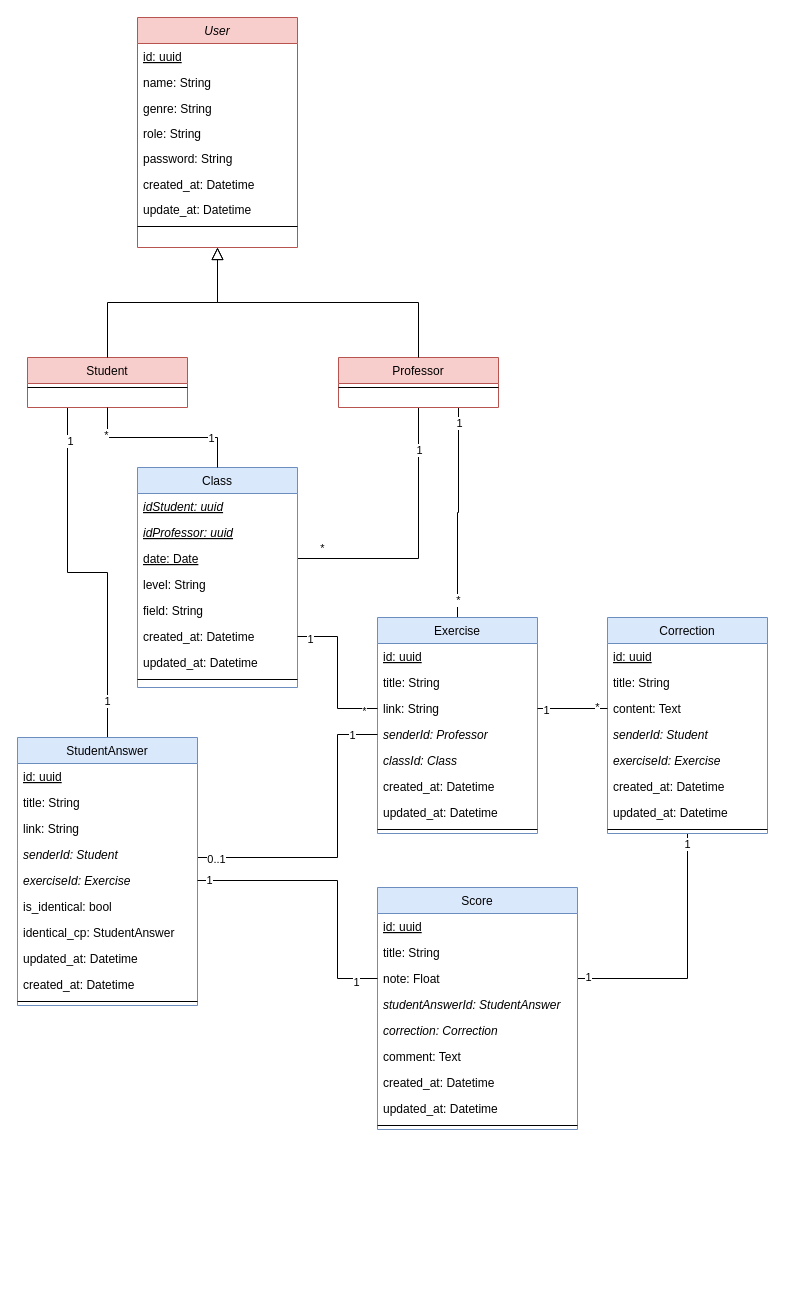
SSDM2/ESP_DBEval keeps this draw.io diagram as plateforme_de_correction(MI).drawio. Above is the earlier version. Source tidied: cells renumbered, new cells numbered last; positions are measured from the earlier drawing's top-left corner, leaving out a move shared by most shapes. Both pictures are drawn from the tidied source at 100%, with x=0, y=0 at pixel (17, 17).
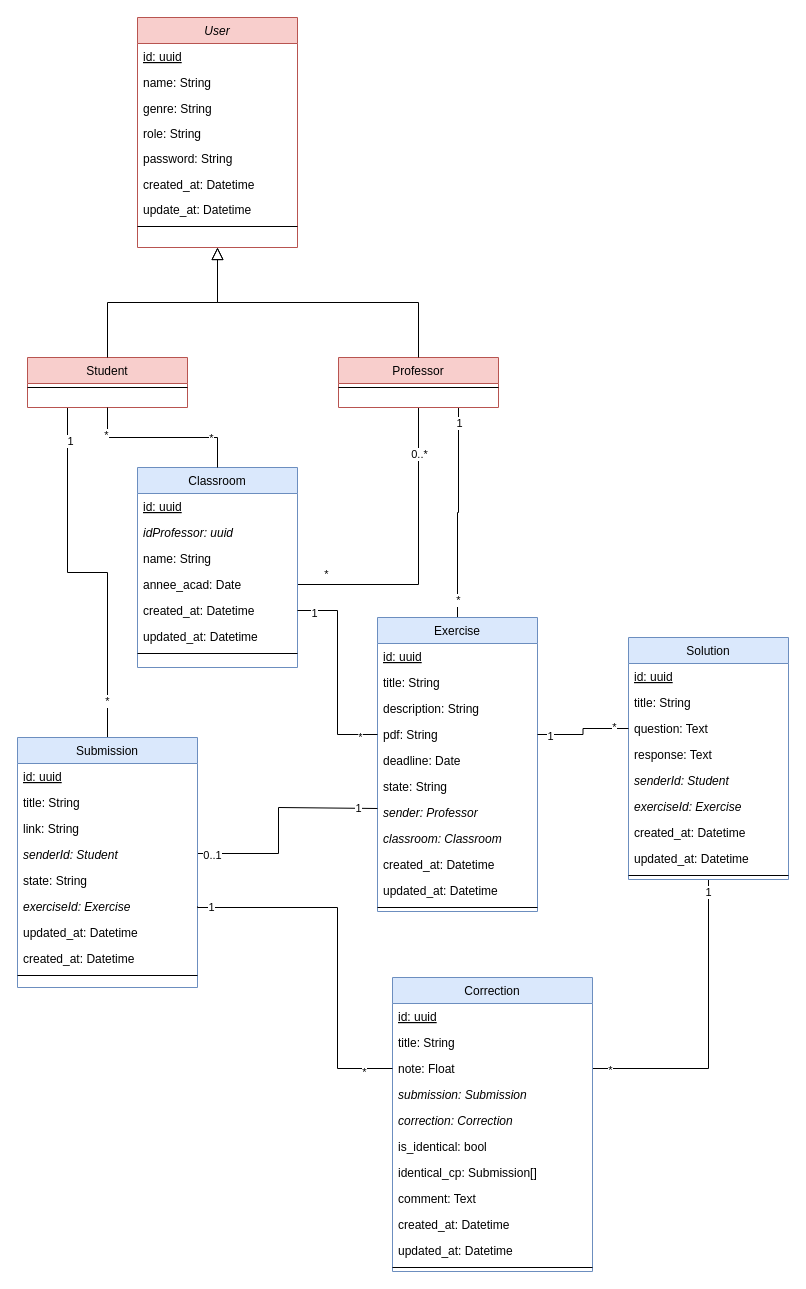
The same diagram, later.

Commit message:
Mettre à jour plateforme_de_correction(MI).drawio

The change refers to these unchanged cells:
```xml
<mxCell id="11" style="edgeStyle=orthogonalEdgeStyle;rounded=0;jettySize=auto;html=1;exitX=0.25;exitY=1;exitDx=0;exitDy=0;entryX=0.5;entryY=0;entryDx=0;entryDy=0;endArrow=none;startFill=0;" parent="1" edge="1" source="14" target="51">
  <mxGeometry relative="1" as="geometry" />
</mxCell>
<mxCell id="17" style="edgeStyle=orthogonalEdgeStyle;rounded=0;jettySize=auto;html=1;exitX=0.5;exitY=1;exitDx=0;exitDy=0;entryX=1;entryY=0.5;entryDx=0;entryDy=0;endArrow=none;startFill=0;" parent="1" edge="1" source="23" target="29">
  <mxGeometry relative="1" as="geometry" />
</mxCell>
<mxCell id="45" style="edgeStyle=orthogonalEdgeStyle;rounded=0;jettySize=auto;html=1;entryX=0.5;entryY=1;entryDx=0;entryDy=0;endArrow=none;startFill=0;exitX=0.5;exitY=0;exitDx=0;exitDy=0;" parent="1" edge="1" source="26" target="14">
  <mxGeometry relative="1" as="geometry" />
</mxCell>
<mxCell id="65" style="edgeStyle=orthogonalEdgeStyle;rounded=0;jettySize=auto;html=1;exitX=0.5;exitY=1;exitDx=0;exitDy=0;entryX=1;entryY=0.5;entryDx=0;entryDy=0;endArrow=none;startFill=0;" parent="1" edge="1" source="68" target="83">
  <mxGeometry relative="1" as="geometry" />
</mxCell>
<mxCell id="83" value="note: Float" style="text;align=left;verticalAlign=top;spacingLeft=4;spacingRight=4;overflow=hidden;points=[[0,0.5],[1,0.5]];portConstraint=eastwest;rounded=0;shadow=0;html=0;" parent="80" vertex="1">
  <mxGeometry y="78" width="200" height="26" as="geometry" />
</mxCell>
```

Diff of the diagram source:
```diff
@@
-    <mxCell id="12" value="1" style="edgeLabel;html=1;align=center;verticalAlign=middle;" parent="11" vertex="1">
+    <mxCell id="12" value="*" style="edgeLabel;html=1;align=center;verticalAlign=middle;" parent="11" vertex="1">
       <mxGeometry x="0.8" y="-1" relative="1" as="geometry" />
     </mxCell>
@@
-    <mxCell id="19" value="1" style="edgeLabel;html=1;align=center;verticalAlign=middle;" parent="17" vertex="1">
+    <mxCell id="19" value="0..*" style="edgeLabel;html=1;align=center;verticalAlign=middle;" parent="17" vertex="1">
       <mxGeometry x="-0.69" relative="1" as="geometry" />
     </mxCell>
@@
-    <mxCell id="26" value="Class" style="swimlane;fontStyle=0;align=center;verticalAlign=top;horizontal=1;startSize=26;rounded=0;shadow=0;strokeWidth=1;fillColor=#dae8fc;strokeColor=#6c8ebf;" parent="1" vertex="1">
-      <mxGeometry x="120" y="450" width="160" height="220" as="geometry" />
+    <mxCell id="26" value="Classroom" style="swimlane;fontStyle=0;align=center;verticalAlign=top;horizontal=1;startSize=26;rounded=0;shadow=0;strokeWidth=1;fillColor=#dae8fc;strokeColor=#6c8ebf;" parent="1" vertex="1">
+      <mxGeometry x="120" y="450" width="160" height="200" as="geometry" />
     </mxCell>
-    <mxCell id="27" value="idStudent: uuid" style="text;align=left;verticalAlign=top;spacingLeft=4;spacingRight=4;overflow=hidden;fontStyle=6;" parent="26" vertex="1">
-      <mxGeometry y="26" width="160" height="26" as="geometry" />
-    </mxCell>
+    <mxCell id="93" value="id: uuid" style="text;align=left;verticalAlign=top;spacingLeft=4;spacingRight=4;overflow=hidden;fontStyle=4;" parent="26" vertex="1">
+      <mxGeometry y="26" width="160" height="26" as="geometry" />
+    </mxCell>
-    <mxCell id="28" value="idProfessor: uuid" style="text;align=left;verticalAlign=top;spacingLeft=4;spacingRight=4;overflow=hidden;fontStyle=6;" parent="26" vertex="1">
+    <mxCell id="28" value="idProfessor: uuid" style="text;align=left;verticalAlign=top;spacingLeft=4;spacingRight=4;overflow=hidden;fontStyle=2;" parent="26" vertex="1">
       <mxGeometry y="52" width="160" height="26" as="geometry" />
     </mxCell>
+    <mxCell id="30" value="name: String" style="text;align=left;verticalAlign=top;spacingLeft=4;spacingRight=4;overflow=hidden;" parent="26" vertex="1">
+      <mxGeometry y="78" width="160" height="26" as="geometry" />
+    </mxCell>
-    <mxCell id="29" value="date: Date" style="text;align=left;verticalAlign=top;spacingLeft=4;spacingRight=4;overflow=hidden;points=[[0,0.5],[1,0.5]];portConstraint=eastwest;fontStyle=4;" parent="26" vertex="1">
-      <mxGeometry y="78" width="160" height="26" as="geometry" />
+    <mxCell id="29" value="annee_acad: Date" style="text;align=left;verticalAlign=top;spacingLeft=4;spacingRight=4;overflow=hidden;points=[[0,0.5],[1,0.5]];portConstraint=eastwest;fontStyle=0;" parent="26" vertex="1">
+      <mxGeometry y="104" width="160" height="26" as="geometry" />
     </mxCell>
-    <mxCell id="30" value="level: String" style="text;align=left;verticalAlign=top;spacingLeft=4;spacingRight=4;overflow=hidden;" parent="26" vertex="1">
-      <mxGeometry y="104" width="160" height="26" as="geometry" />
-    </mxCell>
-    <mxCell id="31" value="field: String" style="text;align=left;verticalAlign=top;spacingLeft=4;spacingRight=4;overflow=hidden;" parent="26" vertex="1">
-      <mxGeometry y="130" width="160" height="26" as="geometry" />
-    </mxCell>
     <mxCell id="32" value="created_at: Datetime" style="text;align=left;verticalAlign=top;spacingLeft=4;spacingRight=4;overflow=hidden;points=[[0,0.5],[1,0.5]];portConstraint=eastwest;rounded=0;shadow=0;html=0;" parent="26" vertex="1">
-      <mxGeometry y="156" width="160" height="26" as="geometry" />
+      <mxGeometry y="130" width="160" height="26" as="geometry" />
     </mxCell>
     <mxCell id="33" value="updated_at: Datetime" style="text;align=left;verticalAlign=top;spacingLeft=4;spacingRight=4;overflow=hidden;rounded=0;shadow=0;html=0;" parent="26" vertex="1">
-      <mxGeometry y="182" width="160" height="26" as="geometry" />
+      <mxGeometry y="156" width="160" height="26" as="geometry" />
     </mxCell>
     <mxCell id="34" style="line;html=1;strokeWidth=1;align=left;verticalAlign=middle;spacingTop=-1;spacingLeft=3;spacingRight=3;labelPosition=right;points=[];portConstraint=eastwest;" parent="26" vertex="1">
-      <mxGeometry y="208" width="160" height="8" as="geometry" />
+      <mxGeometry y="182" width="160" height="8" as="geometry" />
     </mxCell>
-    <mxCell id="35" style="edgeStyle=orthogonalEdgeStyle;rounded=0;jettySize=auto;html=1;exitX=0.5;exitY=1;exitDx=0;exitDy=0;entryX=0.5;entryY=1.5;entryDx=0;entryDy=0;entryPerimeter=0;" parent="26" edge="1" source="26" target="34">
-      <mxGeometry relative="1" as="geometry" />
-    </mxCell>
     <mxCell id="36" value="Exercise" style="swimlane;fontStyle=0;align=center;verticalAlign=top;horizontal=1;startSize=26;rounded=0;shadow=0;strokeWidth=1;fillColor=#dae8fc;strokeColor=#6c8ebf;" parent="1" vertex="1">
-      <mxGeometry x="360" y="600" width="160" height="216" as="geometry" />
+      <mxGeometry x="360" y="600" width="160" height="294" as="geometry" />
     </mxCell>
@@
+    <mxCell id="94" value="description: String" style="text;align=left;verticalAlign=top;spacingLeft=4;spacingRight=4;overflow=hidden;rounded=0;shadow=0;html=0;" parent="36" vertex="1">
+      <mxGeometry y="78" width="160" height="26" as="geometry" />
+    </mxCell>
-    <mxCell id="39" value="link: String" style="text;align=left;verticalAlign=top;spacingLeft=4;spacingRight=4;overflow=hidden;points=[[0,0.5],[1,0.5]];portConstraint=eastwest;rounded=0;shadow=0;html=0;" parent="36" vertex="1">
-      <mxGeometry y="78" width="160" height="26" as="geometry" />
+    <mxCell id="39" value="pdf: String" style="text;align=left;verticalAlign=top;spacingLeft=4;spacingRight=4;overflow=hidden;points=[[0,0.5],[1,0.5]];portConstraint=eastwest;rounded=0;shadow=0;html=0;" parent="36" vertex="1">
+      <mxGeometry y="104" width="160" height="26" as="geometry" />
     </mxCell>
+    <mxCell id="95" value="deadline: Date" style="text;align=left;verticalAlign=top;spacingLeft=4;spacingRight=4;overflow=hidden;rounded=0;shadow=0;html=0;" parent="36" vertex="1">
+      <mxGeometry y="130" width="160" height="26" as="geometry" />
+    </mxCell>
+    <mxCell id="96" value="state: String" style="text;align=left;verticalAlign=top;spacingLeft=4;spacingRight=4;overflow=hidden;rounded=0;shadow=0;html=0;" parent="36" vertex="1">
+      <mxGeometry y="156" width="160" height="26" as="geometry" />
+    </mxCell>
-    <mxCell id="40" value="senderId: Professor" style="text;align=left;verticalAlign=top;spacingLeft=4;spacingRight=4;overflow=hidden;points=[[0,0.5],[1,0.5]];portConstraint=eastwest;rounded=0;shadow=0;html=0;fontStyle=2;" parent="36" vertex="1">
-      <mxGeometry y="104" width="160" height="26" as="geometry" />
+    <mxCell id="40" value="sender: Professor" style="text;align=left;verticalAlign=top;spacingLeft=4;spacingRight=4;overflow=hidden;points=[[0,0.5],[1,0.5]];portConstraint=eastwest;rounded=0;shadow=0;html=0;fontStyle=2;" parent="36" vertex="1">
+      <mxGeometry y="182" width="160" height="26" as="geometry" />
     </mxCell>
-    <mxCell id="41" value="classId: Class" style="text;align=left;verticalAlign=top;spacingLeft=4;spacingRight=4;overflow=hidden;rounded=0;shadow=0;html=0;fontStyle=2;" parent="36" vertex="1">
-      <mxGeometry y="130" width="160" height="26" as="geometry" />
+    <mxCell id="41" value="classroom: Classroom" style="text;align=left;verticalAlign=top;spacingLeft=4;spacingRight=4;overflow=hidden;rounded=0;shadow=0;html=0;fontStyle=2;" parent="36" vertex="1">
+      <mxGeometry y="208" width="160" height="26" as="geometry" />
     </mxCell>
     <mxCell id="42" value="created_at: Datetime" style="text;align=left;verticalAlign=top;spacingLeft=4;spacingRight=4;overflow=hidden;rounded=0;shadow=0;html=0;" parent="36" vertex="1">
-      <mxGeometry y="156" width="160" height="26" as="geometry" />
+      <mxGeometry y="234" width="160" height="26" as="geometry" />
     </mxCell>
     <mxCell id="43" value="updated_at: Datetime" style="text;align=left;verticalAlign=top;spacingLeft=4;spacingRight=4;overflow=hidden;rounded=0;shadow=0;html=0;" parent="36" vertex="1">
-      <mxGeometry y="182" width="160" height="26" as="geometry" />
+      <mxGeometry y="260" width="160" height="26" as="geometry" />
     </mxCell>
     <mxCell id="44" style="line;html=1;strokeWidth=1;align=left;verticalAlign=middle;spacingTop=-1;spacingLeft=3;spacingRight=3;labelPosition=right;" parent="36" vertex="1">
-      <mxGeometry y="208" width="160" height="8" as="geometry" />
+      <mxGeometry y="286" width="160" height="8" as="geometry" />
     </mxCell>
@@
-    <mxCell id="46" value="1" style="edgeLabel;html=1;align=center;verticalAlign=middle;" parent="45" vertex="1">
+    <mxCell id="46" value="*" style="edgeLabel;html=1;align=center;verticalAlign=middle;" parent="45" vertex="1">
       <mxGeometry x="-0.57" relative="1" as="geometry" />
     </mxCell>
@@
-    <mxCell id="48" style="edgeStyle=orthogonalEdgeStyle;rounded=0;jettySize=auto;html=1;entryX=0;entryY=0.5;entryDx=0;entryDy=0;endArrow=none;startFill=0;" parent="1" edge="1" source="51" target="40">
+    <mxCell id="48" style="edgeStyle=orthogonalEdgeStyle;rounded=0;orthogonalLoop=1;jettySize=auto;html=1;entryX=0;entryY=0.5;entryDx=0;entryDy=0;endArrow=none;startFill=0;" parent="1" edge="1">
       <mxGeometry relative="1" as="geometry">
+        <mxPoint x="180" y="836" as="sourcePoint" />
+        <mxPoint x="360" y="791" as="targetPoint" />
         <Array as="points">
-          <mxPoint x="320" y="840" />
-          <mxPoint x="320" y="717" />
+          <mxPoint x="261" y="836" />
+          <mxPoint x="261" y="790" />
+          <mxPoint x="360" y="790" />
         </Array>
       </mxGeometry>
     </mxCell>
@@
-    <mxCell id="51" value="StudentAnswer" style="swimlane;fontStyle=0;align=center;verticalAlign=top;horizontal=1;startSize=26;rounded=0;shadow=0;strokeWidth=1;fillColor=#dae8fc;strokeColor=#6c8ebf;" parent="1" vertex="1">
-      <mxGeometry y="720" width="180" height="268" as="geometry" />
+    <mxCell id="51" value="Submission" style="swimlane;fontStyle=0;align=center;verticalAlign=top;horizontal=1;startSize=26;rounded=0;shadow=0;strokeWidth=1;fillColor=#dae8fc;strokeColor=#6c8ebf;" parent="1" vertex="1">
+      <mxGeometry y="720" width="180" height="250" as="geometry" />
     </mxCell>
@@
+    <mxCell id="97" value="state: String" style="text;align=left;verticalAlign=top;spacingLeft=4;spacingRight=4;overflow=hidden;rounded=0;shadow=0;html=0;" parent="51" vertex="1">
+      <mxGeometry y="130" width="180" height="26" as="geometry" />
+    </mxCell>
     <mxCell id="56" value="exerciseId: Exercise" style="text;align=left;verticalAlign=top;spacingLeft=4;spacingRight=4;overflow=hidden;points=[[0,0.5],[1,0.5]];portConstraint=eastwest;rounded=0;shadow=0;html=0;fontStyle=2;" parent="51" vertex="1">
-      <mxGeometry y="130" width="180" height="26" as="geometry" />
+      <mxGeometry y="156" width="180" height="26" as="geometry" />
     </mxCell>
-    <mxCell id="57" value="is_identical: bool" style="text;align=left;verticalAlign=top;spacingLeft=4;spacingRight=4;overflow=hidden;rounded=0;shadow=0;html=0;" parent="51" vertex="1">
-      <mxGeometry y="156" width="180" height="26" as="geometry" />
-    </mxCell>
-    <mxCell id="58" value="identical_cp: StudentAnswer" style="text;align=left;verticalAlign=top;spacingLeft=4;spacingRight=4;overflow=hidden;rounded=0;shadow=0;html=0;" parent="51" vertex="1">
-      <mxGeometry y="182" width="180" height="26" as="geometry" />
-    </mxCell>
     <mxCell id="59" value="updated_at: Datetime" style="text;align=left;verticalAlign=top;spacingLeft=4;spacingRight=4;overflow=hidden;rounded=0;shadow=0;html=0;" parent="51" vertex="1">
-      <mxGeometry y="208" width="180" height="26" as="geometry" />
+      <mxGeometry y="182" width="180" height="26" as="geometry" />
     </mxCell>
     <mxCell id="60" value="created_at: Datetime" style="text;align=left;verticalAlign=top;spacingLeft=4;spacingRight=4;overflow=hidden;rounded=0;shadow=0;html=0;" parent="51" vertex="1">
-      <mxGeometry y="234" width="180" height="26" as="geometry" />
+      <mxGeometry y="208" width="180" height="26" as="geometry" />
     </mxCell>
     <mxCell id="61" style="line;html=1;strokeWidth=1;align=left;verticalAlign=middle;spacingTop=-1;spacingLeft=3;spacingRight=3;labelPosition=right;" parent="51" vertex="1">
-      <mxGeometry y="260" width="180" height="8" as="geometry" />
+      <mxGeometry y="234" width="180" height="8" as="geometry" />
     </mxCell>
@@
-    <mxCell id="66" value="1" style="edgeLabel;html=1;align=center;verticalAlign=middle;" parent="65" vertex="1">
-      <mxGeometry x="0.92" y="-2" relative="1" as="geometry" />
-    </mxCell>
@@
+    <mxCell id="98" value="*" style="edgeLabel;html=1;align=center;verticalAlign=middle;" parent="65" vertex="1">
+      <mxGeometry x="0.89" y="1" relative="1" as="geometry" />
+    </mxCell>
-    <mxCell id="68" value="Correction" style="swimlane;fontStyle=0;align=center;verticalAlign=top;horizontal=1;startSize=26;rounded=0;shadow=0;strokeWidth=1;fillColor=#dae8fc;strokeColor=#6c8ebf;" parent="1" vertex="1">
-      <mxGeometry x="590" y="600" width="160" height="216" as="geometry" />
+    <mxCell id="68" value="Solution" style="swimlane;fontStyle=0;align=center;verticalAlign=top;horizontal=1;startSize=26;rounded=0;shadow=0;strokeWidth=1;fillColor=#dae8fc;strokeColor=#6c8ebf;" parent="1" vertex="1">
+      <mxGeometry x="611" y="620" width="160" height="242" as="geometry" />
     </mxCell>
@@
-    <mxCell id="71" value="content: Text" style="text;align=left;verticalAlign=top;spacingLeft=4;spacingRight=4;overflow=hidden;points=[[0,0.5],[1,0.5]];portConstraint=eastwest;rounded=0;shadow=0;html=0;" parent="68" vertex="1">
+    <mxCell id="71" value="question: Text" style="text;align=left;verticalAlign=top;spacingLeft=4;spacingRight=4;overflow=hidden;points=[[0,0.5],[1,0.5]];portConstraint=eastwest;rounded=0;shadow=0;html=0;" parent="68" vertex="1">
       <mxGeometry y="78" width="160" height="26" as="geometry" />
     </mxCell>
+    <mxCell id="99" value="response: Text" style="text;align=left;verticalAlign=top;spacingLeft=4;spacingRight=4;overflow=hidden;rounded=0;shadow=0;html=0;" parent="68" vertex="1">
+      <mxGeometry y="104" width="160" height="26" as="geometry" />
+    </mxCell>
     <mxCell id="72" value="senderId: Student" style="text;align=left;verticalAlign=top;spacingLeft=4;spacingRight=4;overflow=hidden;rounded=0;shadow=0;html=0;fontStyle=2;" parent="68" vertex="1">
-      <mxGeometry y="104" width="160" height="26" as="geometry" />
+      <mxGeometry y="130" width="160" height="26" as="geometry" />
     </mxCell>
     <mxCell id="73" value="exerciseId: Exercise" style="text;align=left;verticalAlign=top;spacingLeft=4;spacingRight=4;overflow=hidden;rounded=0;shadow=0;html=0;fontStyle=2;" parent="68" vertex="1">
-      <mxGeometry y="130" width="160" height="26" as="geometry" />
+      <mxGeometry y="156" width="160" height="26" as="geometry" />
     </mxCell>
     <mxCell id="74" value="created_at: Datetime" style="text;align=left;verticalAlign=top;spacingLeft=4;spacingRight=4;overflow=hidden;rounded=0;shadow=0;html=0;" parent="68" vertex="1">
-      <mxGeometry y="156" width="160" height="26" as="geometry" />
+      <mxGeometry y="182" width="160" height="26" as="geometry" />
     </mxCell>
     <mxCell id="75" value="updated_at: Datetime" style="text;align=left;verticalAlign=top;spacingLeft=4;spacingRight=4;overflow=hidden;rounded=0;shadow=0;html=0;" parent="68" vertex="1">
-      <mxGeometry y="182" width="160" height="26" as="geometry" />
+      <mxGeometry y="208" width="160" height="26" as="geometry" />
     </mxCell>
     <mxCell id="76" style="line;html=1;strokeWidth=1;align=left;verticalAlign=middle;spacingTop=-1;spacingLeft=3;spacingRight=3;labelPosition=right;" parent="68" vertex="1">
-      <mxGeometry y="208" width="160" height="8" as="geometry" />
+      <mxGeometry y="234" width="160" height="8" as="geometry" />
     </mxCell>
@@
-    <mxCell id="80" value="Score" style="swimlane;fontStyle=0;align=center;verticalAlign=top;horizontal=1;startSize=26;rounded=0;shadow=0;strokeWidth=1;fillColor=#dae8fc;strokeColor=#6c8ebf;" parent="1" vertex="1">
-      <mxGeometry x="360" y="870" width="200" height="242" as="geometry" />
+    <mxCell id="80" value="Correction" style="swimlane;fontStyle=0;align=center;verticalAlign=top;horizontal=1;startSize=26;rounded=0;shadow=0;strokeWidth=1;fillColor=#dae8fc;strokeColor=#6c8ebf;" parent="1" vertex="1">
+      <mxGeometry x="375" y="960" width="200" height="294" as="geometry" />
     </mxCell>
@@
-    <mxCell id="84" value="studentAnswerId: StudentAnswer" style="text;align=left;verticalAlign=top;spacingLeft=4;spacingRight=4;overflow=hidden;rounded=0;shadow=0;html=0;fontStyle=2;" parent="80" vertex="1">
+    <mxCell id="84" value="submission: Submission" style="text;align=left;verticalAlign=top;spacingLeft=4;spacingRight=4;overflow=hidden;rounded=0;shadow=0;html=0;fontStyle=2;" parent="80" vertex="1">
       <mxGeometry y="104" width="200" height="26" as="geometry" />
     </mxCell>
@@
+    <mxCell id="57" value="is_identical: bool" style="text;align=left;verticalAlign=top;spacingLeft=4;spacingRight=4;overflow=hidden;rounded=0;shadow=0;html=0;" parent="80" vertex="1">
+      <mxGeometry y="156" width="200" height="26" as="geometry" />
+    </mxCell>
+    <mxCell id="58" value="identical_cp: Submission[]" style="text;align=left;verticalAlign=top;spacingLeft=4;spacingRight=4;overflow=hidden;rounded=0;shadow=0;html=0;" parent="80" vertex="1">
+      <mxGeometry y="182" width="200" height="26" as="geometry" />
+    </mxCell>
     <mxCell id="86" value="comment: Text" style="text;align=left;verticalAlign=top;spacingLeft=4;spacingRight=4;overflow=hidden;rounded=0;shadow=0;html=0;" parent="80" vertex="1">
-      <mxGeometry y="156" width="200" height="26" as="geometry" />
+      <mxGeometry y="208" width="200" height="26" as="geometry" />
     </mxCell>
     <mxCell id="87" value="created_at: Datetime" style="text;align=left;verticalAlign=top;spacingLeft=4;spacingRight=4;overflow=hidden;rounded=0;shadow=0;html=0;" parent="80" vertex="1">
-      <mxGeometry y="182" width="200" height="26" as="geometry" />
+      <mxGeometry y="234" width="200" height="26" as="geometry" />
     </mxCell>
     <mxCell id="88" value="updated_at: Datetime" style="text;align=left;verticalAlign=top;spacingLeft=4;spacingRight=4;overflow=hidden;rounded=0;shadow=0;html=0;" parent="80" vertex="1">
-      <mxGeometry y="208" width="200" height="26" as="geometry" />
+      <mxGeometry y="260" width="200" height="26" as="geometry" />
     </mxCell>
     <mxCell id="89" style="line;html=1;strokeWidth=1;align=left;verticalAlign=middle;spacingTop=-1;spacingLeft=3;spacingRight=3;labelPosition=right;" parent="80" vertex="1">
-      <mxGeometry y="234" width="200" height="8" as="geometry" />
+      <mxGeometry y="286" width="200" height="8" as="geometry" />
     </mxCell>
     <mxCell id="90" style="edgeStyle=orthogonalEdgeStyle;rounded=0;jettySize=auto;html=1;exitX=1;exitY=0.5;exitDx=0;exitDy=0;entryX=0;entryY=0.5;entryDx=0;entryDy=0;endArrow=none;startFill=0;" parent="1" edge="1" source="56" target="83">
       <mxGeometry relative="1" as="geometry">
         <Array as="points">
-          <mxPoint x="320" y="863" />
-          <mxPoint x="320" y="961" />
+          <mxPoint x="180" y="890" />
+          <mxPoint x="320" y="890" />
+          <mxPoint x="320" y="1051" />
         </Array>
       </mxGeometry>
     </mxCell>
@@
-    <mxCell id="92" value="1" style="edgeLabel;html=1;align=center;verticalAlign=middle;" parent="90" vertex="1">
+    <mxCell id="92" value="*" style="edgeLabel;html=1;align=center;verticalAlign=middle;" parent="90" vertex="1">
       <mxGeometry x="0.84" y="-3" relative="1" as="geometry" />
     </mxCell>
```
